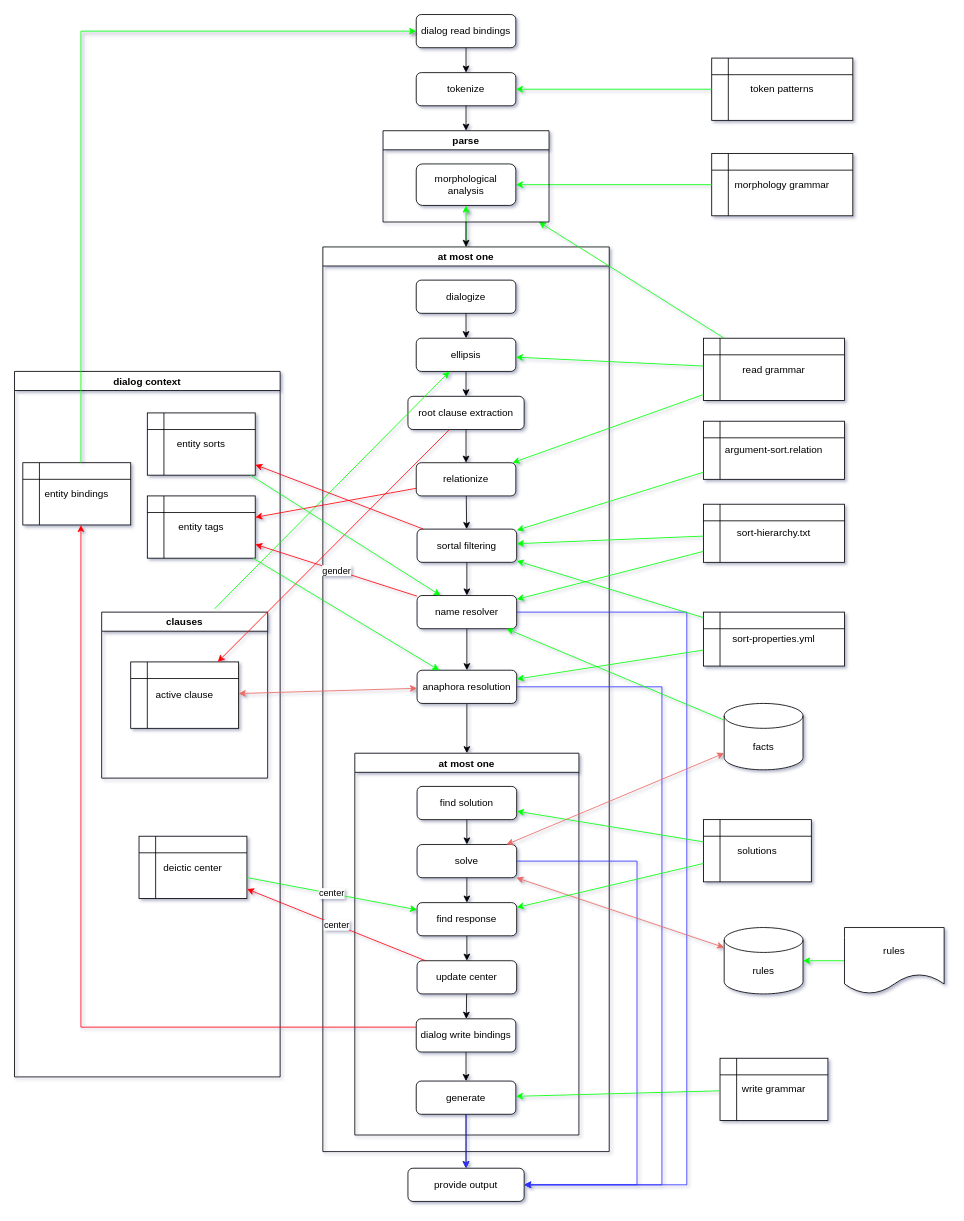
Before: doc/diagram/system1.drawio in garfix/nli-go, a draw.io diagram. Source tidied: cells renumbered, new cells numbered last; positions are measured from the earlier drawing's top-left corner, leaving out a move shared by most shapes. Both pictures are drawn from the tidied source at 83%, with x=0, y=0 at pixel (14, 14).
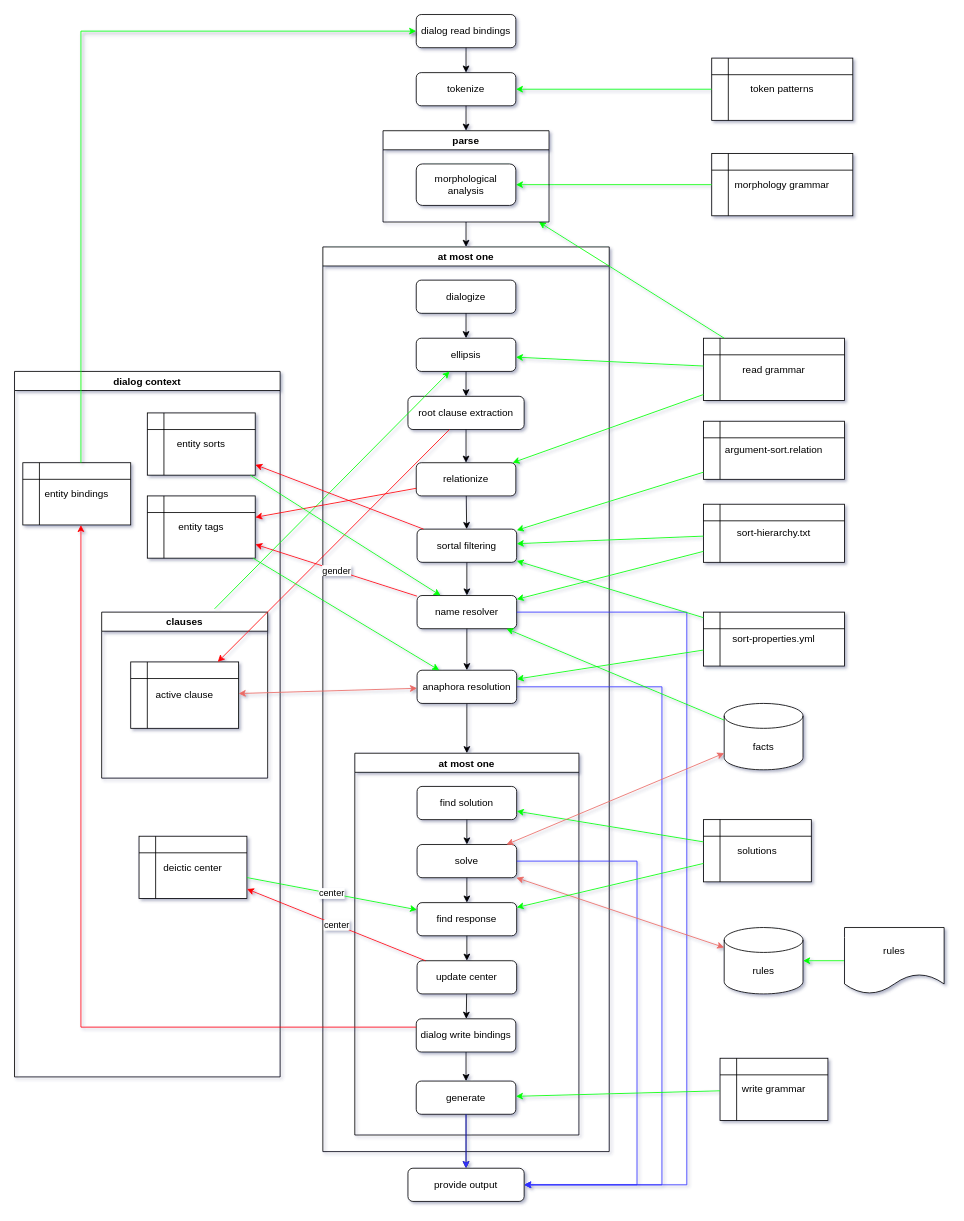
The same diagram, later.

The change refers to these unchanged cells:
```xml
<mxCell id="5" value="at most one" style="swimlane;" parent="1" vertex="1">
  <mxGeometry x="371.5" y="280" width="345" height="1090" as="geometry" />
</mxCell>
<mxCell id="74" value="morphological&lt;br&gt;analysis" style="rounded=1;whiteSpace=wrap;html=1;fontSize=12;glass=0;strokeWidth=1;shadow=0;" parent="73" vertex="1">
  <mxGeometry x="40" y="40" width="120" height="50" as="geometry" />
</mxCell>
```

Change to the diagram source:
```diff
@@
-    <mxCell id="4" style="edgeStyle=orthogonalEdgeStyle;rounded=0;jettySize=auto;html=1;shadow=1;strokeColor=#00FF00;" parent="1" edge="1" source="5" target="74">
-      <mxGeometry relative="1" as="geometry" />
-    </mxCell>
```
